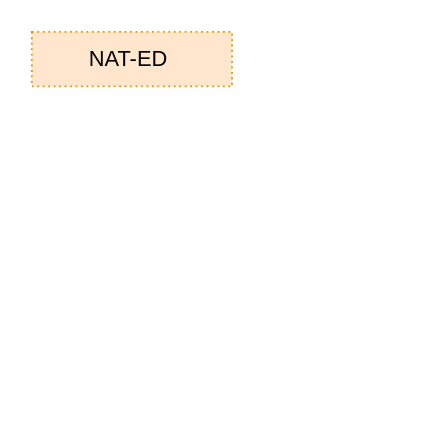
The draw.io diagram new_map/nat.drawio in jin13417/dpdk-vpp-learning, before the edit. Source tidied: cells renumbered, new cells numbered last; positions are measured from the earlier drawing's top-left corner, leaving out a move shared by most shapes. Both pictures are drawn from the tidied source at 182%, with x=0, y=0 at pixel (31, 31).
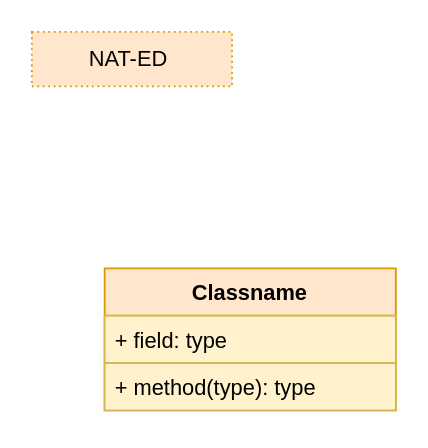
The same page after the edit.

Diff of the diagram source:
```diff
@@
 <mxGraphModel>
   <root>
     <mxCell id="0" />
     <mxCell id="1" parent="0" />
     <mxCell id="2" value="NAT-ED&amp;nbsp;" style="text;html=1;strokeColor=#d79b00;fillColor=#ffe6cc;align=center;verticalAlign=middle;whiteSpace=wrap;rounded=0;dashed=1;dashPattern=1 2;" parent="1" vertex="1">
       <mxGeometry width="110" height="30" as="geometry" />
     </mxCell>
+    <mxCell id="3" value="Classname" style="swimlane;fontStyle=1;align=center;verticalAlign=top;horizontal=1;startSize=26;strokeColor=#d79b00;fillColor=#ffe6cc;" parent="1" vertex="1">
+      <mxGeometry x="40" y="130" width="160" height="78" as="geometry" />
+    </mxCell>
+    <mxCell id="4" value="+ field: type" style="text;strokeColor=#d6b656;fillColor=#fff2cc;align=left;verticalAlign=top;spacingLeft=4;spacingRight=4;overflow=hidden;" parent="3" vertex="1">
+      <mxGeometry y="26" width="160" height="26" as="geometry" />
+    </mxCell>
+    <mxCell id="5" value="+ method(type): type" style="text;strokeColor=#d6b656;fillColor=#fff2cc;align=left;verticalAlign=top;spacingLeft=4;spacingRight=4;overflow=hidden;" parent="3" vertex="1">
+      <mxGeometry y="52" width="160" height="26" as="geometry" />
+    </mxCell>
   </root>
 </mxGraphModel>
```
